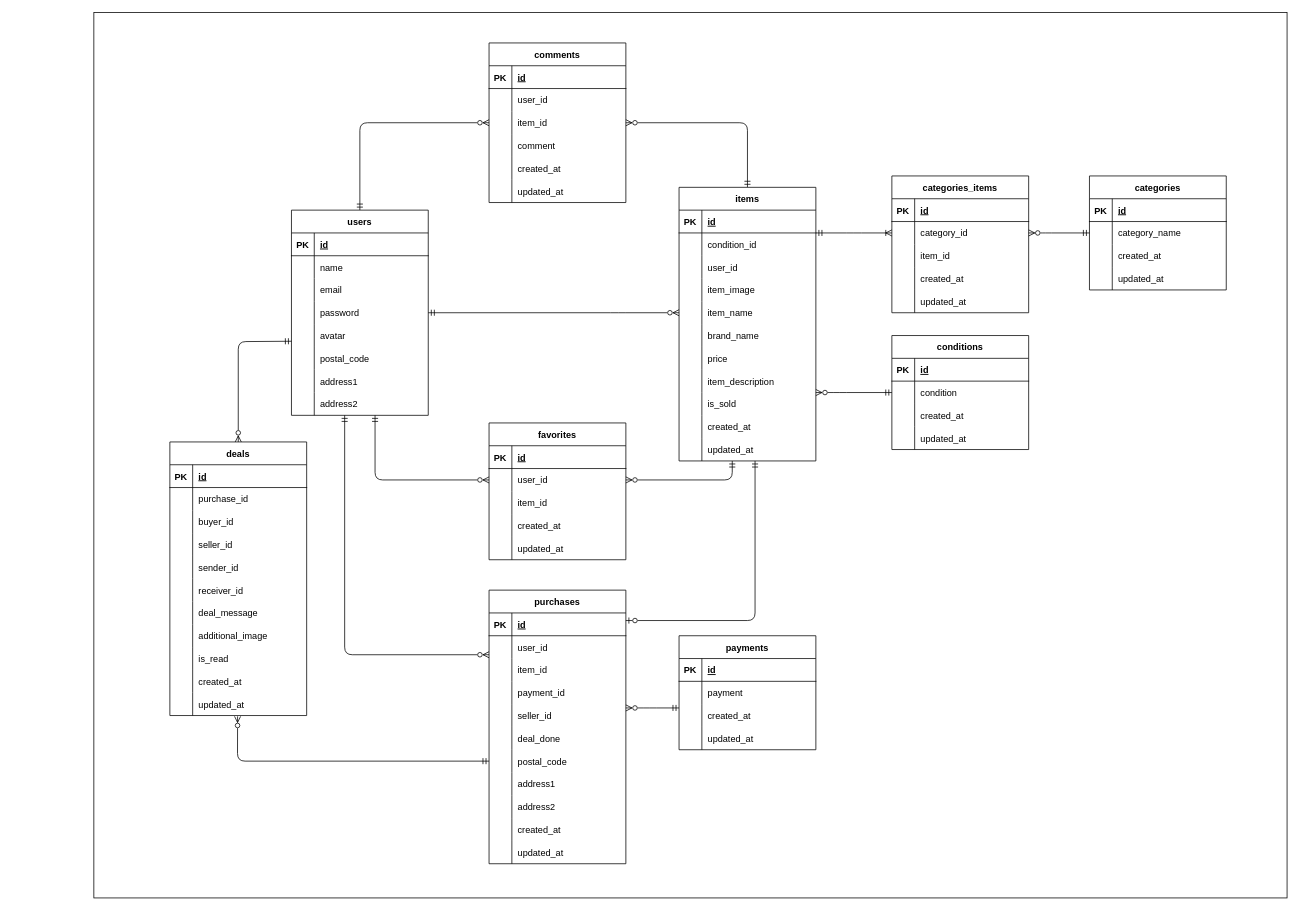
The draw.io diagram ER.drawio in klaboworks/coachtech_freemarket, before the edit. Source tidied: cells renumbered, new cells numbered last; positions are measured from the earlier drawing's top-left corner, leaving out a move shared by most shapes. Both pictures are drawn from the tidied source at 76%, with x=0, y=0 at pixel (93, 12).
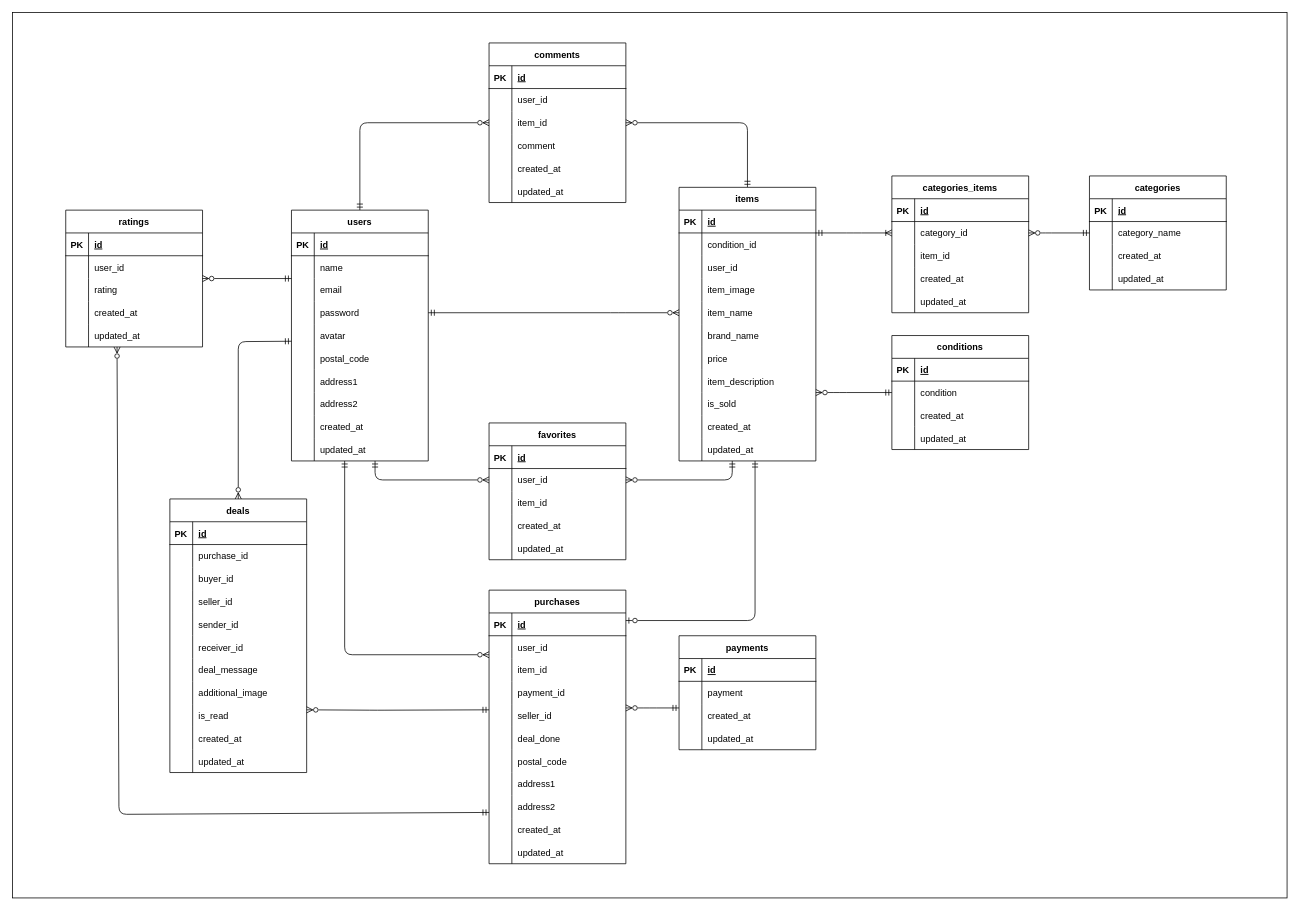
After the change.

The change refers to these unchanged cells:
```xml
<mxCell id="14" style="shape=partialRectangle;fillColor=none;top=0;left=0;bottom=0;right=0;overflow=hidden;" parent="13" vertex="1">
  <mxGeometry width="30" height="30" as="geometry" />
</mxCell>
<mxCell id="163" style="shape=partialRectangle;fillColor=none;top=0;left=0;bottom=0;right=0;overflow=hidden;" parent="162" vertex="1">
  <mxGeometry width="30" height="30" as="geometry" />
</mxCell>
<mxCell id="169" style="shape=partialRectangle;fillColor=none;top=0;left=0;bottom=0;right=0;overflow=hidden;" parent="168" vertex="1">
  <mxGeometry width="30" height="30" as="geometry" />
</mxCell>
<mxCell id="175" style="shape=partialRectangle;fillColor=none;top=0;left=0;bottom=0;right=0;overflow=hidden;" parent="174" vertex="1">
  <mxGeometry width="30" height="30" as="geometry" />
</mxCell>
<mxCell id="225" value="is_read" style="shape=partialRectangle;fillColor=none;top=0;left=0;bottom=0;right=0;align=left;spacingLeft=6;overflow=hidden;" parent="223" vertex="1">
  <mxGeometry x="30" width="150" height="30" as="geometry" />
</mxCell>
<mxCell id="231" value="updated_at" style="shape=partialRectangle;fillColor=none;top=0;left=0;bottom=0;right=0;align=left;spacingLeft=6;overflow=hidden;" parent="229" vertex="1">
  <mxGeometry x="30" width="150" height="30" as="geometry" />
</mxCell>
```

Change to the diagram source:
```diff
@@
     <mxCell id="2" style="rounded=0;whiteSpace=wrap;html=1;" parent="1" vertex="1">
-      <mxGeometry width="1570" height="1165" as="geometry" />
+      <mxGeometry x="-107" width="1677" height="1165" as="geometry" />
     </mxCell>
@@
     <mxCell id="6" value="users" style="shape=table;startSize=30;childLayout=tableLayout;rowLines=0;fontStyle=1;align=center;" parent="1" vertex="1">
-      <mxGeometry x="260" y="260" width="180" height="270" as="geometry" />
+      <mxGeometry x="260" y="260" width="180" height="330" as="geometry" />
     </mxCell>
@@
+    <mxCell id="233" style="shape=tableRow;horizontal=0;startSize=0;swimlaneHead=0;swimlaneBody=0;fillColor=none;top=0;left=0;right=0;bottom=0;" parent="6" vertex="1">
+      <mxGeometry y="270" width="180" height="30" as="geometry" />
+    </mxCell>
+    <mxCell id="234" style="shape=partialRectangle;fillColor=none;top=0;left=0;bottom=0;right=0;overflow=hidden;" parent="233" vertex="1">
+      <mxGeometry width="30" height="30" as="geometry" />
+    </mxCell>
+    <mxCell id="235" value="created_at" style="shape=partialRectangle;fillColor=none;top=0;left=0;bottom=0;right=0;align=left;spacingLeft=6;overflow=hidden;" parent="233" vertex="1">
+      <mxGeometry x="30" width="150" height="30" as="geometry" />
+    </mxCell>
+    <mxCell id="236" style="shape=tableRow;horizontal=0;startSize=0;swimlaneHead=0;swimlaneBody=0;fillColor=none;top=0;left=0;right=0;bottom=0;" parent="6" vertex="1">
+      <mxGeometry y="300" width="180" height="30" as="geometry" />
+    </mxCell>
+    <mxCell id="237" style="shape=partialRectangle;fillColor=none;top=0;left=0;bottom=0;right=0;overflow=hidden;" parent="236" vertex="1">
+      <mxGeometry width="30" height="30" as="geometry" />
+    </mxCell>
+    <mxCell id="238" value="updated_at" style="shape=partialRectangle;fillColor=none;top=0;left=0;bottom=0;right=0;align=left;spacingLeft=6;overflow=hidden;" parent="236" vertex="1">
+      <mxGeometry x="30" width="150" height="30" as="geometry" />
+    </mxCell>
@@
     <mxCell id="198" value="deals" style="shape=table;startSize=30;childLayout=tableLayout;rowLines=0;fontStyle=1;align=center;" parent="1" vertex="1">
-      <mxGeometry x="100" y="565" width="180" height="360" as="geometry" />
+      <mxGeometry x="100" y="640" width="180" height="360" as="geometry" />
     </mxCell>
@@
-    <mxCell id="232" style="edgeStyle=none;html=1;entryX=0.394;entryY=1.036;entryDx=0;entryDy=0;entryPerimeter=0;startArrow=ERmandOne;startFill=0;endArrow=ERzeroToMany;endFill=0;exitX=0;exitY=0.5;exitDx=0;exitDy=0;" parent="1" edge="1" source="169" target="231">
+    <mxCell id="232" style="edgeStyle=none;html=1;entryX=1;entryY=0.25;entryDx=0;entryDy=0;startArrow=ERmandOne;startFill=0;endArrow=ERzeroToMany;endFill=0;exitX=0;exitY=0.25;exitDx=0;exitDy=0;" parent="1" edge="1" source="163" target="225">
       <mxGeometry relative="1" as="geometry">
         <Array as="points">
-          <mxPoint x="189" y="985" />
+          <mxPoint x="373" y="918" />
         </Array>
       </mxGeometry>
     </mxCell>
+    <mxCell id="239" style="edgeStyle=none;html=1;entryX=0;entryY=0;entryDx=0;entryDy=0;endArrow=ERmandOne;endFill=0;startArrow=ERzeroToMany;startFill=0;" parent="1" edge="1" source="240" target="14">
+      <mxGeometry relative="1" as="geometry" />
+    </mxCell>
+    <mxCell id="240" value="ratings" style="shape=table;startSize=30;childLayout=tableLayout;rowLines=0;fontStyle=1;align=center;" parent="1" vertex="1">
+      <mxGeometry x="-37" y="260" width="180" height="180" as="geometry" />
+    </mxCell>
+    <mxCell id="241" style="shape=tableRow;horizontal=0;startSize=0;swimlaneHead=0;swimlaneBody=0;fillColor=none;top=0;left=0;right=0;bottom=1;" parent="240" vertex="1">
+      <mxGeometry y="30" width="180" height="30" as="geometry" />
+    </mxCell>
+    <mxCell id="242" value="PK" style="shape=partialRectangle;fillColor=none;top=0;left=0;bottom=0;right=0;fontStyle=1;overflow=hidden;" parent="241" vertex="1">
+      <mxGeometry width="30" height="30" as="geometry" />
+    </mxCell>
+    <mxCell id="243" value="id" style="shape=partialRectangle;fillColor=none;top=0;left=0;bottom=0;right=0;align=left;spacingLeft=6;fontStyle=5;overflow=hidden;" parent="241" vertex="1">
+      <mxGeometry x="30" width="150" height="30" as="geometry" />
+    </mxCell>
+    <mxCell id="244" style="shape=tableRow;horizontal=0;startSize=0;swimlaneHead=0;swimlaneBody=0;fillColor=none;top=0;left=0;right=0;bottom=0;" parent="240" vertex="1">
+      <mxGeometry y="60" width="180" height="30" as="geometry" />
+    </mxCell>
+    <mxCell id="245" style="shape=partialRectangle;fillColor=none;top=0;left=0;bottom=0;right=0;overflow=hidden;" parent="244" vertex="1">
+      <mxGeometry width="30" height="30" as="geometry" />
+    </mxCell>
+    <mxCell id="246" value="user_id" style="shape=partialRectangle;fillColor=none;top=0;left=0;bottom=0;right=0;align=left;spacingLeft=6;overflow=hidden;" parent="244" vertex="1">
+      <mxGeometry x="30" width="150" height="30" as="geometry" />
+    </mxCell>
+    <mxCell id="247" style="shape=tableRow;horizontal=0;startSize=0;swimlaneHead=0;swimlaneBody=0;fillColor=none;top=0;left=0;right=0;bottom=0;" parent="240" vertex="1">
+      <mxGeometry y="90" width="180" height="30" as="geometry" />
+    </mxCell>
+    <mxCell id="248" style="shape=partialRectangle;fillColor=none;top=0;left=0;bottom=0;right=0;overflow=hidden;" parent="247" vertex="1">
+      <mxGeometry width="30" height="30" as="geometry" />
+    </mxCell>
+    <mxCell id="249" value="rating" style="shape=partialRectangle;fillColor=none;top=0;left=0;bottom=0;right=0;align=left;spacingLeft=6;overflow=hidden;" parent="247" vertex="1">
+      <mxGeometry x="30" width="150" height="30" as="geometry" />
+    </mxCell>
+    <mxCell id="250" style="shape=tableRow;horizontal=0;startSize=0;swimlaneHead=0;swimlaneBody=0;fillColor=none;top=0;left=0;right=0;bottom=0;" parent="240" vertex="1">
+      <mxGeometry y="120" width="180" height="30" as="geometry" />
+    </mxCell>
+    <mxCell id="251" style="shape=partialRectangle;fillColor=none;top=0;left=0;bottom=0;right=0;overflow=hidden;" parent="250" vertex="1">
+      <mxGeometry width="30" height="30" as="geometry" />
+    </mxCell>
+    <mxCell id="252" value="created_at" style="shape=partialRectangle;fillColor=none;top=0;left=0;bottom=0;right=0;align=left;spacingLeft=6;overflow=hidden;" parent="250" vertex="1">
+      <mxGeometry x="30" width="150" height="30" as="geometry" />
+    </mxCell>
+    <mxCell id="253" style="shape=tableRow;horizontal=0;startSize=0;swimlaneHead=0;swimlaneBody=0;fillColor=none;top=0;left=0;right=0;bottom=0;" parent="240" vertex="1">
+      <mxGeometry y="150" width="180" height="30" as="geometry" />
+    </mxCell>
+    <mxCell id="254" style="shape=partialRectangle;fillColor=none;top=0;left=0;bottom=0;right=0;overflow=hidden;" parent="253" vertex="1">
+      <mxGeometry width="30" height="30" as="geometry" />
+    </mxCell>
+    <mxCell id="255" value="updated_at" style="shape=partialRectangle;fillColor=none;top=0;left=0;bottom=0;right=0;align=left;spacingLeft=6;overflow=hidden;" parent="253" vertex="1">
+      <mxGeometry x="30" width="150" height="30" as="geometry" />
+    </mxCell>
+    <mxCell id="256" style="edgeStyle=none;html=1;entryX=0.25;entryY=1;entryDx=0;entryDy=0;exitX=0;exitY=0.75;exitDx=0;exitDy=0;startArrow=ERmandOne;startFill=0;endArrow=ERzeroToMany;endFill=0;" parent="1" edge="1" source="175" target="255">
+      <mxGeometry relative="1" as="geometry">
+        <Array as="points">
+          <mxPoint x="33" y="1055" />
+        </Array>
+      </mxGeometry>
+    </mxCell>
```
